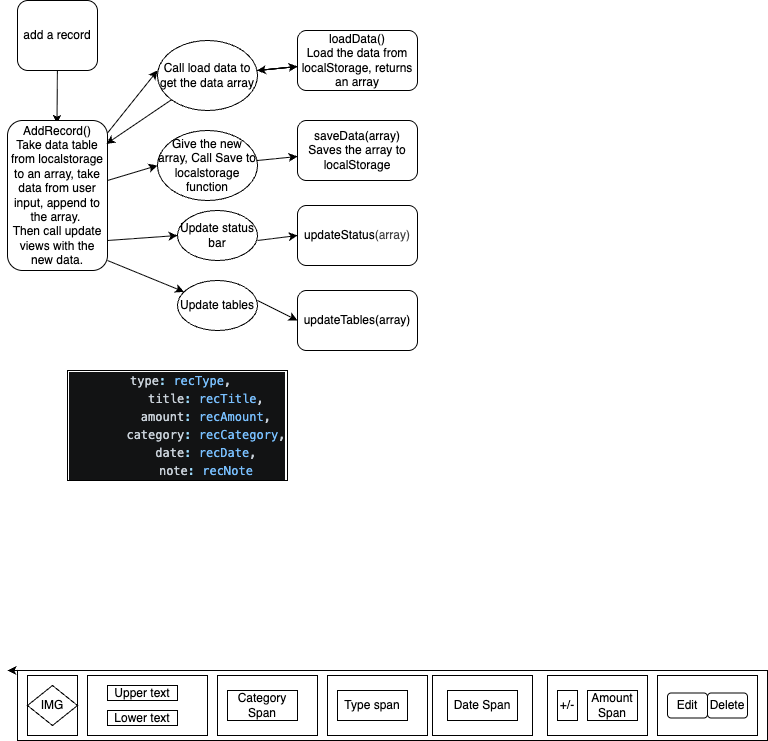
The draw.io diagram ExpTracker/resources/logic-flow.drawio.png in geniesaiful/projects, before a commit. Source tidied: cells renumbered, new cells last; positions are measured from the earlier drawing's top-left corner, leaving out a move shared by most shapes.
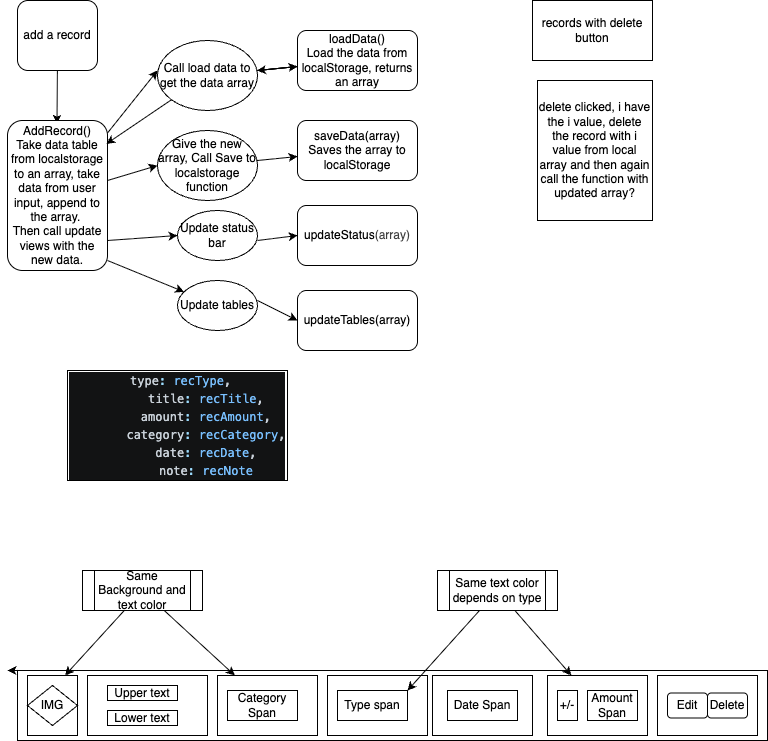
Above is the later version.

What changed in the source:
```diff
@@ -147,5 +147,29 @@
     <mxCell id="44" value="&lt;meta charset=&quot;utf-8&quot;&gt;&lt;div style=&quot;color: #bbbebf;background-color: #121314;font-family: Menlo, Monaco, 'Courier New', monospace;font-weight: normal;font-size: 12px;line-height: 18px;white-space: pre;&quot;&gt;&lt;div&gt;&lt;span style=&quot;color: #c9d1d9;&quot;&gt; &lt;/span&gt;&lt;span style=&quot;color: #c9d1d9;&quot;&gt;type&lt;/span&gt;&lt;span style=&quot;color: #9cdcfe;&quot;&gt;:&lt;/span&gt;&lt;span style=&quot;color: #c9d1d9;&quot;&gt; &lt;/span&gt;&lt;span style=&quot;color: #79c0ff;&quot;&gt;recType&lt;/span&gt;&lt;span style=&quot;color: #c9d1d9;&quot;&gt;,&lt;/span&gt;&lt;/div&gt;&lt;div&gt;&lt;span style=&quot;color: #c9d1d9;&quot;&gt;        &lt;/span&gt;&lt;span style=&quot;color: #c9d1d9;&quot;&gt;title&lt;/span&gt;&lt;span style=&quot;color: #9cdcfe;&quot;&gt;:&lt;/span&gt;&lt;span style=&quot;color: #c9d1d9;&quot;&gt; &lt;/span&gt;&lt;span style=&quot;color: #79c0ff;&quot;&gt;recTitle&lt;/span&gt;&lt;span style=&quot;color: #c9d1d9;&quot;&gt;,&lt;/span&gt;&lt;/div&gt;&lt;div&gt;&lt;span style=&quot;color: #c9d1d9;&quot;&gt;        &lt;/span&gt;&lt;span style=&quot;color: #c9d1d9;&quot;&gt;amount&lt;/span&gt;&lt;span style=&quot;color: #9cdcfe;&quot;&gt;:&lt;/span&gt;&lt;span style=&quot;color: #c9d1d9;&quot;&gt; &lt;/span&gt;&lt;span style=&quot;color: #79c0ff;&quot;&gt;recAmount&lt;/span&gt;&lt;span style=&quot;color: #c9d1d9;&quot;&gt;,&lt;/span&gt;&lt;/div&gt;&lt;div&gt;&lt;span style=&quot;color: #c9d1d9;&quot;&gt;        &lt;/span&gt;&lt;span style=&quot;color: #c9d1d9;&quot;&gt;category&lt;/span&gt;&lt;span style=&quot;color: #9cdcfe;&quot;&gt;:&lt;/span&gt;&lt;span style=&quot;color: #c9d1d9;&quot;&gt; &lt;/span&gt;&lt;span style=&quot;color: #79c0ff;&quot;&gt;recCategory&lt;/span&gt;&lt;span style=&quot;color: #c9d1d9;&quot;&gt;,&lt;/span&gt;&lt;/div&gt;&lt;div&gt;&lt;span style=&quot;color: #c9d1d9;&quot;&gt;        &lt;/span&gt;&lt;span style=&quot;color: #c9d1d9;&quot;&gt;date&lt;/span&gt;&lt;span style=&quot;color: #9cdcfe;&quot;&gt;:&lt;/span&gt;&lt;span style=&quot;color: #c9d1d9;&quot;&gt; &lt;/span&gt;&lt;span style=&quot;color: #79c0ff;&quot;&gt;recDate&lt;/span&gt;&lt;span style=&quot;color: #c9d1d9;&quot;&gt;,&lt;/span&gt;&lt;/div&gt;&lt;div&gt;&lt;span style=&quot;color: #c9d1d9;&quot;&gt;        &lt;/span&gt;&lt;span style=&quot;color: #c9d1d9;&quot;&gt;note&lt;/span&gt;&lt;span style=&quot;color: #9cdcfe;&quot;&gt;:&lt;/span&gt;&lt;span style=&quot;color: #c9d1d9;&quot;&gt; &lt;/span&gt;&lt;span style=&quot;color: #79c0ff;&quot;&gt;recNote&lt;/span&gt;&lt;/div&gt;&lt;/div&gt;" style="rounded=0;whiteSpace=wrap;html=1;" parent="1" vertex="1">
       <mxGeometry x="60" y="370" width="220" height="110" as="geometry" />
     </mxCell>
+    <mxCell id="45" style="edgeStyle=none;html=1;entryX=0.75;entryY=0;entryDx=0;entryDy=0;" parent="1" edge="1" source="47" target="27">
+      <mxGeometry relative="1" as="geometry" />
+    </mxCell>
+    <mxCell id="46" style="edgeStyle=none;html=1;" parent="1" edge="1" source="47" target="31">
+      <mxGeometry relative="1" as="geometry" />
+    </mxCell>
+    <mxCell id="47" value="Same Background and text color" style="shape=process;whiteSpace=wrap;html=1;backgroundOutline=1;" parent="1" vertex="1">
+      <mxGeometry x="75" y="570" width="120" height="40" as="geometry" />
+    </mxCell>
+    <mxCell id="48" style="edgeStyle=none;html=1;entryX=1;entryY=0;entryDx=0;entryDy=0;" parent="1" edge="1" source="50" target="37">
+      <mxGeometry relative="1" as="geometry" />
+    </mxCell>
+    <mxCell id="49" style="edgeStyle=none;html=1;" parent="1" edge="1" source="50" target="34">
+      <mxGeometry relative="1" as="geometry" />
+    </mxCell>
+    <mxCell id="50" value="Same text color&lt;div&gt;depends on type&lt;/div&gt;" style="shape=process;whiteSpace=wrap;html=1;backgroundOutline=1;" parent="1" vertex="1">
+      <mxGeometry x="430" y="570" width="120" height="40" as="geometry" />
+    </mxCell>
+    <mxCell id="51" value="records with delete button" style="rounded=0;whiteSpace=wrap;html=1;" parent="1" vertex="1">
+      <mxGeometry x="525" width="120" height="60" as="geometry" />
+    </mxCell>
+    <mxCell id="52" value="delete clicked, i have the i value, delete the record with i value from local array and then again call the function with updated array?" style="rounded=0;whiteSpace=wrap;html=1;" parent="1" vertex="1">
+      <mxGeometry x="530" y="80" width="115" height="140" as="geometry" />
+    </mxCell>
   </root>
 </mxGraphModel>
```
